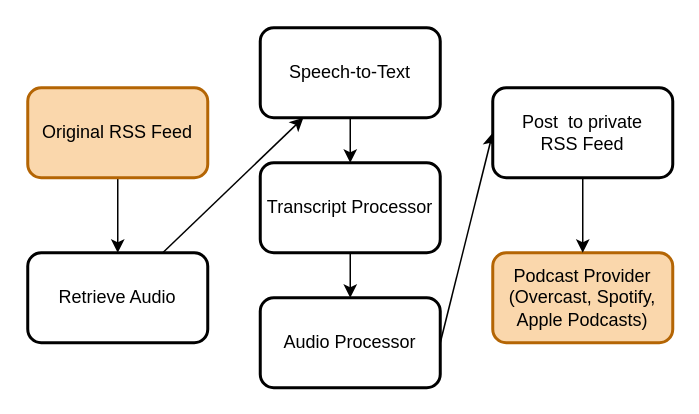
The draw.io diagram pipeline.drawio in bradenkwebb/skipcastify, before the edit. Source tidied: cells renumbered, new cells numbered last; positions are measured from the earlier drawing's top-left corner, leaving out a move shared by most shapes. Both pictures are drawn from the tidied source at 150%, with x=0, y=0 at pixel (27, 27).
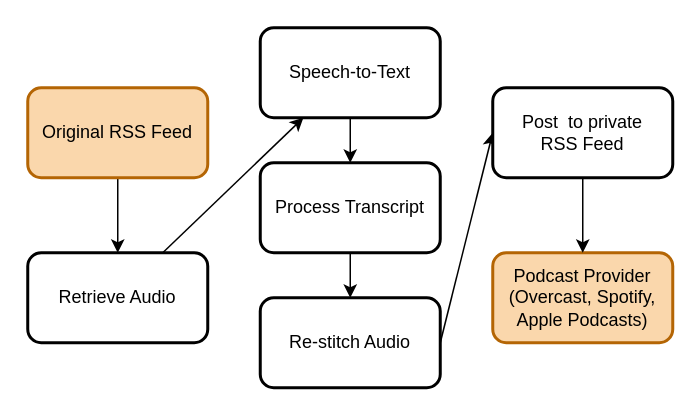
Above is the later version.

Commit message (it also covers changes not shown here):
change diagram text

What changed in the source:
```diff
@@
 <mxGraphModel background="#ffffff">
   <root>
     <mxCell id="0" />
     <mxCell id="1" parent="0" />
     <mxCell id="2" style="edgeStyle=none;html=1;rounded=1;fillColor=#a20025;strokeColor=#000000;entryX=0.5;entryY=0;entryDx=0;entryDy=0;" parent="1" edge="1" source="3" target="10">
       <mxGeometry relative="1" as="geometry" />
     </mxCell>
     <mxCell id="3" value="&lt;font color=&quot;#000000&quot;&gt;Original RSS Feed&lt;/font&gt;" style="whiteSpace=wrap;html=1;rounded=1;fillColor=#fad7ac;strokeWidth=2;strokeColor=#b46504;" parent="1" vertex="1">
       <mxGeometry y="40" width="120" height="60" as="geometry" />
     </mxCell>
     <mxCell id="4" style="edgeStyle=none;html=1;rounded=1;fillColor=#a20025;strokeColor=#000000;exitX=0.5;exitY=1;exitDx=0;exitDy=0;entryX=0.5;entryY=0;entryDx=0;entryDy=0;" parent="1" edge="1" source="11" target="13">
       <mxGeometry relative="1" as="geometry" />
     </mxCell>
     <mxCell id="5" value="Podcast Provider&lt;br&gt;(Overcast, Spotify, Apple Podcasts)" style="whiteSpace=wrap;html=1;rounded=1;fillColor=#fad7ac;strokeColor=#b46504;fontColor=#000000;strokeWidth=2;" parent="1" vertex="1">
       <mxGeometry x="310" y="150" width="120" height="60" as="geometry" />
     </mxCell>
     <mxCell id="6" style="edgeStyle=none;html=1;rounded=1;fillColor=#a20025;strokeColor=#000000;exitX=0.5;exitY=1;exitDx=0;exitDy=0;" parent="1" edge="1" source="14" target="5">
       <mxGeometry relative="1" as="geometry" />
     </mxCell>
     <mxCell id="7" style="edgeStyle=none;html=1;rounded=1;fillColor=#a20025;strokeColor=#000000;entryX=0.5;entryY=0;entryDx=0;entryDy=0;" parent="1" edge="1" source="8" target="11">
       <mxGeometry relative="1" as="geometry" />
     </mxCell>
     <mxCell id="8" value="Speech-to-Text" style="whiteSpace=wrap;html=1;rounded=1;fillColor=#FFFFFF;fontColor=#000000;strokeColor=#000000;strokeWidth=2;" parent="1" vertex="1">
       <mxGeometry x="155" width="120" height="60" as="geometry" />
     </mxCell>
     <mxCell id="9" style="edgeStyle=none;html=1;rounded=1;fillColor=#a20025;strokeColor=#000000;exitX=0.75;exitY=0;exitDx=0;exitDy=0;" parent="1" edge="1" source="10" target="8">
       <mxGeometry relative="1" as="geometry" />
     </mxCell>
     <mxCell id="10" value="&lt;font color=&quot;#000000&quot;&gt;Retrieve Audio&lt;/font&gt;" style="whiteSpace=wrap;html=1;rounded=1;fillColor=#FFFFFF;strokeWidth=2;strokeColor=#000000;" parent="1" vertex="1">
       <mxGeometry y="150" width="120" height="60" as="geometry" />
     </mxCell>
-    <mxCell id="11" value="&lt;font color=&quot;#000000&quot;&gt;Transcript Processor&lt;/font&gt;" style="whiteSpace=wrap;html=1;rounded=1;fillColor=#FFFFFF;strokeWidth=2;strokeColor=#000000;" parent="1" vertex="1">
+    <mxCell id="11" value="&lt;font color=&quot;#000000&quot;&gt;Process Transcript&lt;/font&gt;" style="whiteSpace=wrap;html=1;rounded=1;fillColor=#FFFFFF;strokeWidth=2;strokeColor=#000000;" parent="1" vertex="1">
       <mxGeometry x="155" y="90" width="120" height="60" as="geometry" />
     </mxCell>
     <mxCell id="12" style="edgeStyle=none;html=1;exitX=1;exitY=0.5;exitDx=0;exitDy=0;entryX=0;entryY=0.5;entryDx=0;entryDy=0;strokeColor=#000000;fontColor=#000000;" parent="1" edge="1" source="13" target="14">
       <mxGeometry relative="1" as="geometry" />
     </mxCell>
-    <mxCell id="13" value="&lt;font color=&quot;#000000&quot;&gt;Audio Processor&lt;/font&gt;" style="whiteSpace=wrap;html=1;rounded=1;fillColor=#FFFFFF;strokeWidth=2;strokeColor=#000000;" parent="1" vertex="1">
+    <mxCell id="13" value="&lt;font color=&quot;#000000&quot;&gt;Re-stitch Audio&lt;/font&gt;" style="whiteSpace=wrap;html=1;rounded=1;fillColor=#FFFFFF;strokeWidth=2;strokeColor=#000000;" parent="1" vertex="1">
       <mxGeometry x="155" y="180" width="120" height="60" as="geometry" />
     </mxCell>
     <mxCell id="14" value="&lt;font color=&quot;#000000&quot;&gt;Post&amp;nbsp; to private &lt;br&gt;RSS Feed&lt;/font&gt;" style="whiteSpace=wrap;html=1;rounded=1;fillColor=#FFFFFF;strokeWidth=2;strokeColor=#000000;" parent="1" vertex="1">
       <mxGeometry x="310" y="40" width="120" height="60" as="geometry" />
     </mxCell>
   </root>
 </mxGraphModel>
```
